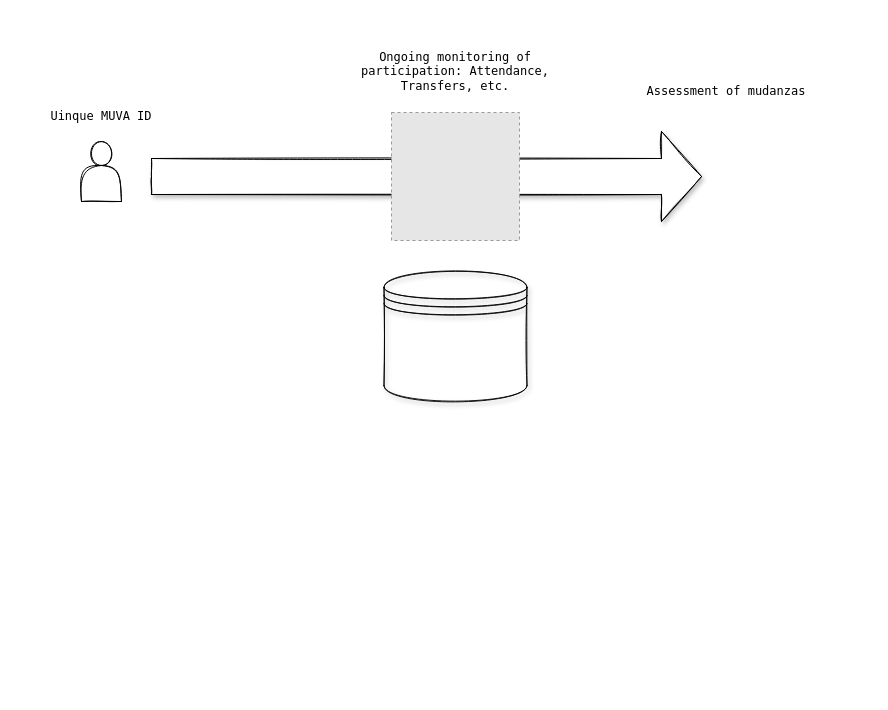
araupontones/MIS keeps this draw.io diagram as MIS Concept.drawio. Above is the earlier version. Source tidied: cells renumbered, new cells numbered last; positions are measured from the earlier drawing's top-left corner, leaving out a move shared by most shapes. Both pictures are drawn from the tidied source at 100%, with x=0, y=0 at pixel (46, 41). Pictures stored in the file or linked from it are replaced by grey dashed boxes.
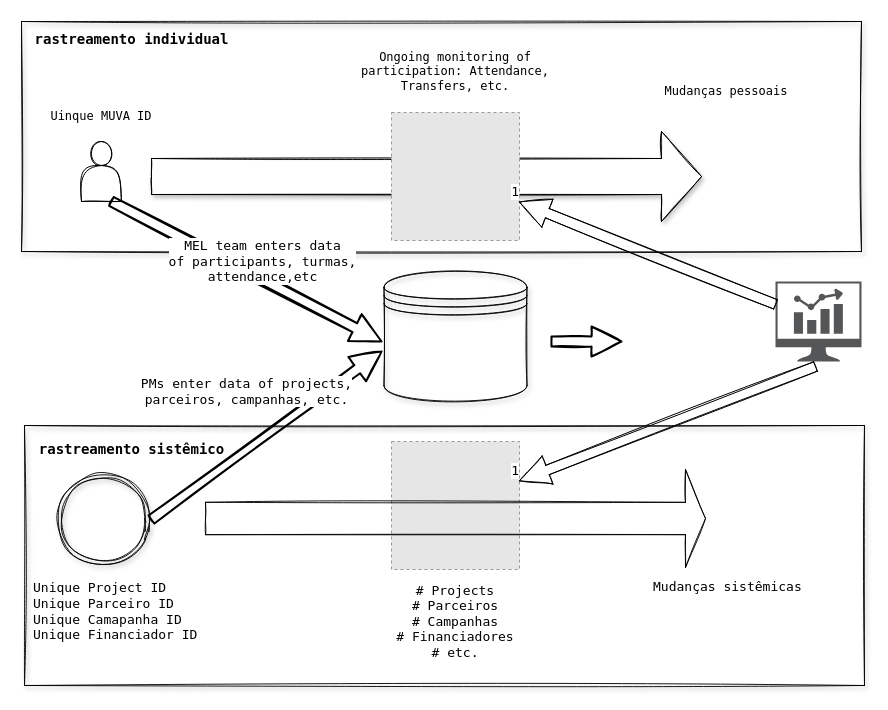
Above is the later version.

Change to the diagram source:
```diff
@@
+    <mxCell id="8" style="shape=datastore;whiteSpace=wrap;html=1;shadow=1;sketch=1;fontFamily=Lucida Console;strokeWidth=1;fillColor=none;gradientColor=none;opacity=90;" parent="1" vertex="1">
+      <mxGeometry x="337.5" y="230" width="143" height="130" as="geometry" />
+    </mxCell>
+    <mxCell id="9" style="group;" parent="1" vertex="1">
+      <mxGeometry x="-22" y="384" width="840" height="260" as="geometry" />
+    </mxCell>
+    <mxCell id="10" style="html=1;dashed=0;whitespace=wrap;shadow=1;sketch=1;fontFamily=Lucida Console;strokeWidth=1;fillColor=none;gradientColor=none;opacity=90;" parent="9" vertex="1">
+      <mxGeometry width="840" height="260" as="geometry" />
+    </mxCell>
+    <mxCell id="11" style="fillColor=#E6E6E6;strokeColor=#999999;dashed=1;html=1;verticalAlign=top;verticalLabelPosition=bottom;labelBackgroundColor=#ffffff;" parent="9" vertex="1">
+      <mxGeometry x="367" y="16" width="128" height="128" as="geometry" />
+    </mxCell>
+    <mxCell id="12" style="ellipse;shape=doubleEllipse;html=1;dashed=0;whitespace=wrap;shadow=1;sketch=1;fontFamily=Lucida Console;fontSize=14;strokeWidth=1;fillColor=none;gradientColor=none;opacity=90;direction=south;" parent="9" vertex="1">
+      <mxGeometry x="31" y="46" width="96" height="96" as="geometry" />
+    </mxCell>
+    <mxCell id="13" style="html=1;shadow=0;dashed=0;align=center;verticalAlign=middle;shape=mxgraph.arrows2.arrow;dy=0.67;dx=20;notch=0;sketch=1;fontFamily=Lucida Console;fontSize=14;strokeWidth=1;fillColor=none;gradientColor=none;opacity=90;" parent="9" vertex="1">
+      <mxGeometry x="181" y="44" width="500" height="98" as="geometry" />
+    </mxCell>
+    <mxCell id="14" value="Unique Project ID&lt;br&gt;Unique Parceiro ID&lt;br&gt;Unique Camapanha ID&lt;br&gt;Unique Financiador ID" style="text;html=1;strokeColor=none;fillColor=none;align=left;verticalAlign=middle;whiteSpace=wrap;rounded=0;shadow=1;sketch=1;fontFamily=Lucida Console;fontSize=13;opacity=90;" parent="9" vertex="1">
+      <mxGeometry x="7" y="171" width="170" height="30" as="geometry" />
+    </mxCell>
+    <mxCell id="15" value="&lt;font style=&quot;font-size: 14px ; background-color: rgb(255 , 255 , 255)&quot;&gt;rastreamento sistêmico&lt;/font&gt;" style="text;strokeColor=none;fillColor=none;html=1;fontSize=24;fontStyle=1;verticalAlign=middle;align=center;shadow=1;sketch=1;fontFamily=Lucida Console;opacity=90;" parent="9" vertex="1">
+      <mxGeometry x="7" y="6" width="200" height="30" as="geometry" />
+    </mxCell>
+    <mxCell id="16" value="# Projects&lt;br&gt;# Parceiros&lt;br&gt;# Campanhas&lt;br&gt;# Financiadores&lt;br&gt;# etc." style="text;html=1;strokeColor=none;fillColor=none;align=center;verticalAlign=middle;whiteSpace=wrap;rounded=0;shadow=1;sketch=1;fontFamily=Lucida Console;fontSize=13;opacity=90;" parent="9" vertex="1">
+      <mxGeometry x="346" y="146" width="170" height="100" as="geometry" />
+    </mxCell>
+    <mxCell id="17" value="Mudanças sistêmicas" style="text;html=1;strokeColor=none;fillColor=none;align=left;verticalAlign=middle;whiteSpace=wrap;rounded=0;shadow=1;sketch=1;fontFamily=Lucida Console;fontSize=13;opacity=90;" parent="9" vertex="1">
+      <mxGeometry x="627" y="151" width="181" height="20" as="geometry" />
+    </mxCell>
+    <mxCell id="18" style="group;" parent="1" vertex="1">
+      <mxGeometry x="-25" y="-20" width="840" height="230" as="geometry" />
+    </mxCell>
+    <mxCell id="19" style="html=1;dashed=0;whitespace=wrap;shadow=1;sketch=1;fontFamily=Lucida Console;strokeWidth=1;fillColor=none;gradientColor=none;opacity=90;" parent="18" vertex="1">
+      <mxGeometry width="840" height="230" as="geometry" />
+    </mxCell>
-    <mxCell id="2" style="shape=actor;whiteSpace=wrap;html=1;sketch=1;" parent="1" vertex="1">
-      <mxGeometry x="35" y="100" width="40" height="60" as="geometry" />
+    <mxCell id="2" style="shape=actor;whiteSpace=wrap;html=1;sketch=1;" parent="18" vertex="1">
+      <mxGeometry x="60" y="120" width="40" height="60" as="geometry" />
     </mxCell>
-    <mxCell id="3" style="html=1;shadow=1;dashed=0;align=center;verticalAlign=middle;shape=mxgraph.arrows2.arrow;dy=0.6;dx=40;notch=0;sketch=1;" parent="1" vertex="1">
-      <mxGeometry x="105" y="90" width="550" height="90" as="geometry" />
+    <mxCell id="3" style="html=1;shadow=1;dashed=0;align=center;verticalAlign=middle;shape=mxgraph.arrows2.arrow;dy=0.6;dx=40;notch=0;sketch=1;" parent="18" vertex="1">
+      <mxGeometry x="130" y="110" width="550" height="90" as="geometry" />
     </mxCell>
-    <mxCell id="4" style="fillColor=#E6E6E6;strokeColor=#999999;dashed=1;html=1;verticalAlign=top;verticalLabelPosition=bottom;labelBackgroundColor=#ffffff;" parent="1" vertex="1">
-      <mxGeometry x="345" y="71" width="128" height="128" as="geometry" />
+    <mxCell id="4" style="fillColor=#E6E6E6;strokeColor=#999999;dashed=1;html=1;verticalAlign=top;verticalLabelPosition=bottom;labelBackgroundColor=#ffffff;" parent="18" vertex="1">
+      <mxGeometry x="370" y="91" width="128" height="128" as="geometry" />
     </mxCell>
-    <mxCell id="5" value="&lt;font face=&quot;Lucida Console&quot;&gt;Uinque MUVA ID&lt;/font&gt;" style="text;html=1;strokeColor=none;fillColor=none;align=center;verticalAlign=middle;whiteSpace=wrap;rounded=0;shadow=1;dashed=1;sketch=1;" parent="1" vertex="1">
-      <mxGeometry y="60" width="110" height="30" as="geometry" />
+    <mxCell id="5" value="&lt;font face=&quot;Lucida Console&quot;&gt;Uinque MUVA ID&lt;/font&gt;" style="text;html=1;strokeColor=none;fillColor=none;align=center;verticalAlign=middle;whiteSpace=wrap;rounded=0;shadow=1;dashed=1;sketch=1;" parent="18" vertex="1">
+      <mxGeometry x="25" y="80" width="110" height="30" as="geometry" />
     </mxCell>
-    <mxCell id="6" value="&lt;font face=&quot;Lucida Console&quot;&gt;Ongoing monitoring of participation: Attendance, Transfers, etc.&lt;/font&gt;" style="text;html=1;strokeColor=none;fillColor=none;align=center;verticalAlign=middle;whiteSpace=wrap;rounded=0;shadow=1;dashed=1;sketch=1;gradientColor=none;opacity=90;" parent="1" vertex="1">
-      <mxGeometry x="314" width="190" height="60" as="geometry" />
+    <mxCell id="6" value="&lt;font face=&quot;Lucida Console&quot;&gt;Ongoing monitoring of participation: Attendance, Transfers, etc.&lt;/font&gt;" style="text;html=1;strokeColor=none;fillColor=none;align=center;verticalAlign=middle;whiteSpace=wrap;rounded=0;shadow=1;dashed=1;sketch=1;gradientColor=none;opacity=90;" parent="18" vertex="1">
+      <mxGeometry x="339" y="20" width="190" height="60" as="geometry" />
     </mxCell>
-    <mxCell id="7" value="&lt;font face=&quot;Lucida Console&quot;&gt;Assessment of mudanzas&lt;/font&gt;" style="text;html=1;strokeColor=none;fillColor=none;align=center;verticalAlign=middle;whiteSpace=wrap;rounded=0;shadow=1;dashed=1;sketch=1;gradientColor=none;opacity=90;" parent="1" vertex="1">
-      <mxGeometry x="585" y="20" width="190" height="60" as="geometry" />
+    <mxCell id="7" value="&lt;font face=&quot;Lucida Console&quot;&gt;Mudanças pessoais&lt;/font&gt;" style="text;html=1;strokeColor=none;fillColor=none;align=center;verticalAlign=middle;whiteSpace=wrap;rounded=0;shadow=1;dashed=1;sketch=1;gradientColor=none;opacity=90;" parent="18" vertex="1">
+      <mxGeometry x="610" y="40" width="190" height="60" as="geometry" />
     </mxCell>
-    <mxCell id="8" style="shape=datastore;whiteSpace=wrap;html=1;shadow=1;sketch=1;fontFamily=Lucida Console;strokeWidth=1;fillColor=none;gradientColor=none;opacity=90;" parent="1" vertex="1">
-      <mxGeometry x="337.5" y="230" width="143" height="130" as="geometry" />
-    </mxCell>
+    <mxCell id="20" value="&lt;font style=&quot;font-size: 14px&quot;&gt;rastreamento individual&lt;/font&gt;" style="text;strokeColor=none;fillColor=none;html=1;fontSize=24;fontStyle=1;verticalAlign=middle;align=center;shadow=1;sketch=1;fontFamily=Lucida Console;opacity=90;" parent="18" vertex="1">
+      <mxGeometry x="10" width="200" height="30" as="geometry" />
+    </mxCell>
+    <mxCell id="21" style="endArrow=classic;html=1;rounded=0;sketch=1;fillStyle=hachure;fontFamily=Lucida Console;fontSize=13;startSize=18;strokeWidth=2;fillColor=none;shape=arrow;" parent="1" edge="1">
+      <mxGeometry relative="1" as="geometry">
+        <mxPoint x="505" y="300" as="sourcePoint" />
+        <mxPoint x="575" y="300" as="targetPoint" />
+      </mxGeometry>
+    </mxCell>
+    <mxCell id="22" style="sketch=0;shadow=0;dashed=0;html=1;strokeColor=none;fillColor=#434445;labelPosition=center;verticalLabelPosition=bottom;verticalAlign=top;align=center;outlineConnect=0;shape=mxgraph.vvd.nsx_dashboard;fontFamily=Lucida Console;fontSize=13;opacity=90;" parent="1" vertex="1">
+      <mxGeometry x="729" y="240" width="86" height="80" as="geometry" />
+    </mxCell>
+    <mxCell id="23" style="endArrow=classic;html=1;rounded=0;sketch=1;fillStyle=hachure;fontFamily=Lucida Console;fontSize=13;startSize=18;strokeWidth=2;fillColor=none;shape=arrow;exitX=0.75;exitY=1;exitDx=0;exitDy=0;" parent="1" edge="1" source="2">
+      <mxGeometry relative="1" as="geometry">
+        <mxPoint x="335" y="300" as="targetPoint" />
+      </mxGeometry>
+    </mxCell>
+    <mxCell id="24" value="MEL team enters data&lt;br&gt;of participants, turmas,&lt;br&gt;attendance,etc" style="edgeLabel;html=1;align=center;verticalAlign=middle;fontSize=13;fontFamily=Lucida Console;labelBorderColor=none;" parent="23" vertex="1">
+      <mxGeometry x="0.22" y="3" relative="1" as="geometry">
+        <mxPoint x="-16" y="-23" as="offset" />
+      </mxGeometry>
+    </mxCell>
+    <mxCell id="25" style="endArrow=classic;html=1;rounded=0;sketch=1;fillStyle=hachure;fontFamily=Lucida Console;fontSize=13;startSize=18;strokeWidth=2;fillColor=none;shape=arrow;exitX=0.5;exitY=0;exitDx=0;exitDy=0;" parent="1" edge="1" source="12">
+      <mxGeometry relative="1" as="geometry">
+        <mxPoint x="335" y="310" as="targetPoint" />
+      </mxGeometry>
+    </mxCell>
+    <mxCell id="26" value="PMs enter data of projects,&lt;br&gt;parceiros, campanhas, etc." style="edgeLabel;html=1;align=center;verticalAlign=middle;fontSize=13;fontFamily=Lucida Console;" parent="25" vertex="1">
+      <mxGeometry x="0.22" y="3" relative="1" as="geometry">
+        <mxPoint x="-44" y="-23" as="offset" />
+      </mxGeometry>
+    </mxCell>
+    <mxCell id="27" style="endArrow=none;html=1;rounded=0;sketch=1;fillStyle=hachure;fontFamily=Lucida Console;fontSize=13;startSize=18;strokeWidth=1;fillColor=none;shape=arrow;" parent="1" edge="1" source="22" target="4">
+      <mxGeometry relative="1" as="geometry" />
+    </mxCell>
+    <mxCell id="28" value="1" style="html=1;align=right;verticalAlign=bottom;shadow=1;labelBackgroundColor=#FFFFFF;labelBorderColor=none;sketch=1;fontFamily=Lucida Console;fontSize=13;strokeWidth=1;fillColor=none;gradientColor=none;opacity=90;" parent="27" vertex="1">
+      <mxGeometry x="1" relative="1" as="geometry" />
+    </mxCell>
+    <mxCell id="29" style="endArrow=none;html=1;rounded=0;sketch=1;fillStyle=hachure;fontFamily=Lucida Console;fontSize=13;startSize=18;strokeWidth=1;fillColor=none;shape=arrow;exitX=0.465;exitY=1.063;exitDx=0;exitDy=0;exitPerimeter=0;strokeColor=default;" parent="1" edge="1" source="22" target="11">
+      <mxGeometry relative="1" as="geometry" />
+    </mxCell>
+    <mxCell id="30" value="1" style="html=1;align=right;verticalAlign=bottom;shadow=1;labelBackgroundColor=#FFFFFF;labelBorderColor=none;sketch=1;fontFamily=Lucida Console;fontSize=13;strokeWidth=1;fillColor=none;gradientColor=none;opacity=90;" parent="29" vertex="1">
+      <mxGeometry x="1" relative="1" as="geometry" />
+    </mxCell>
```
